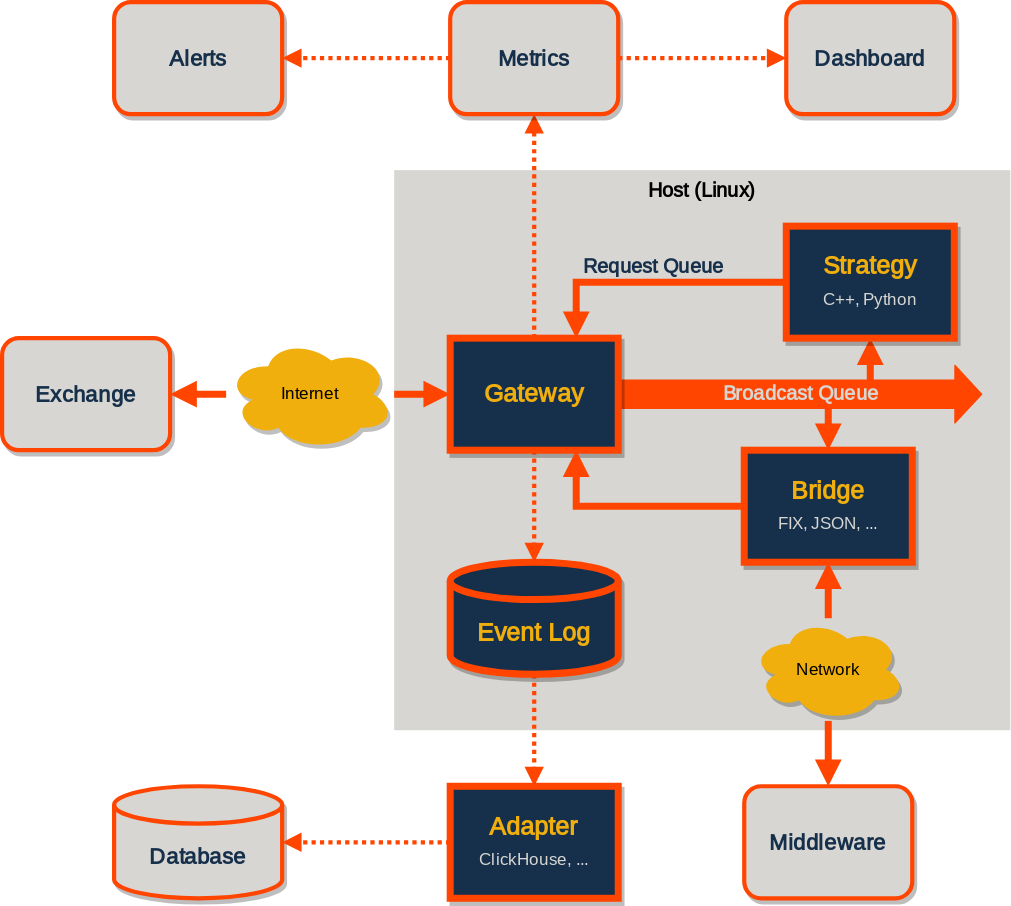
roq-trading/.github keeps this draw.io diagram as profile/architecture_reference.svg. Above is the earlier version. Source tidied: cells renumbered, new cells last; positions are measured from the earlier drawing's top-left corner, leaving out a move shared by most shapes.
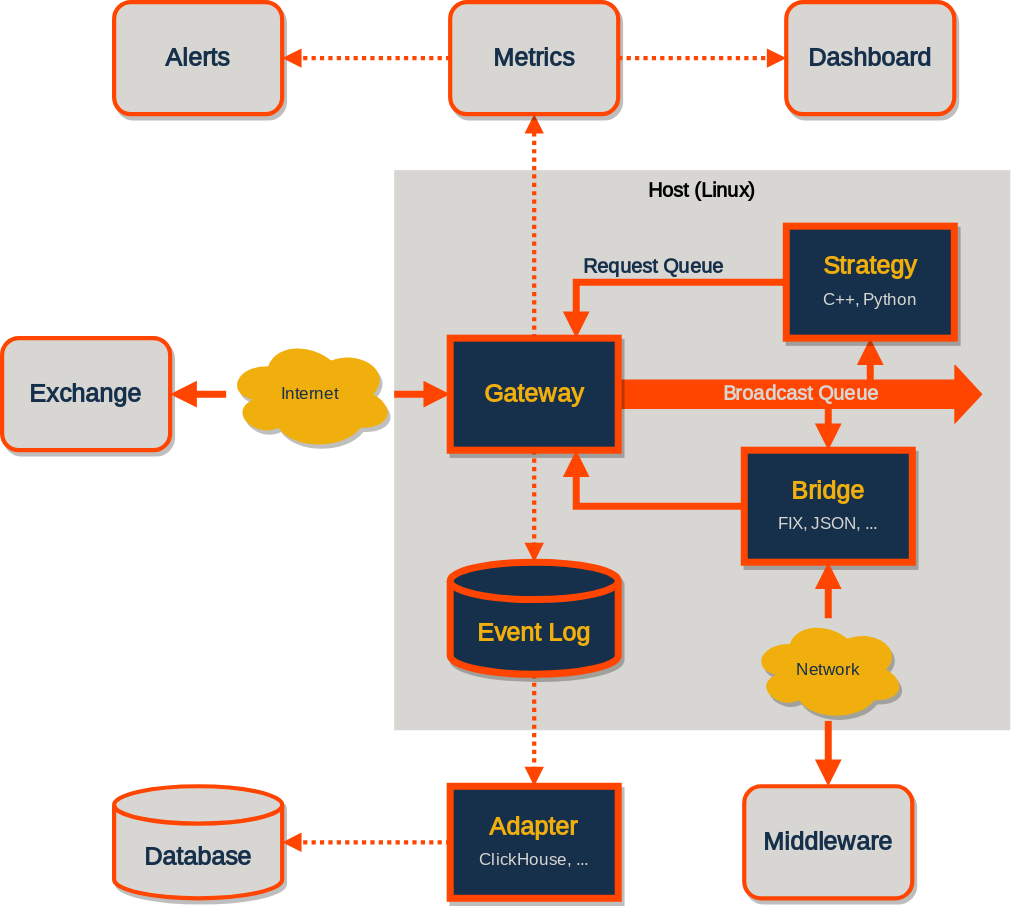
After the change.

Diff of the diagram source:
```diff
@@ -2,7 +2,7 @@
   <root>
     <mxCell id="0" />
     <mxCell id="1" parent="0" />
-    <mxCell id="2" value="Host (Linux)" style="rounded=0;whiteSpace=wrap;html=1;labelBackgroundColor=none;verticalAlign=top;fontStyle=1;fillColor=#d7d6d2;strokeColor=none;fontFamily=Quattrocento Sans;fontSource=https%3A%2F%2Ffonts.googleapis.com%2Fcss%3Ffamily%3DQuattrocento%2BSans;fontSize=14;" parent="1" vertex="1">
+    <mxCell id="2" value="Host (Linux)" style="rounded=0;whiteSpace=wrap;html=1;labelBackgroundColor=none;verticalAlign=top;fontStyle=1;fillColor=#D7D6D2;strokeColor=none;fontFamily=Quattrocento Sans;fontSource=https%3A%2F%2Ffonts.googleapis.com%2Fcss%3Ffamily%3DQuattrocento%2BSans;fontSize=14;" parent="1" vertex="1">
       <mxGeometry x="280" y="120" width="440" height="400" as="geometry" />
     </mxCell>
     <mxCell id="3" style="endArrow=block;html=1;strokeWidth=3;endFill=1;strokeColor=#FF4500;entryX=0.5;entryY=1;entryDx=0;entryDy=0;exitX=0.5;exitY=0;exitDx=0;exitDy=0;dashed=1;dashPattern=1 1;fontColor=#000000;fontFamily=Quattrocento Sans;fontSource=https%3A%2F%2Ffonts.googleapis.com%2Fcss%3Ffamily%3DQuattrocento%2BSans;fontSize=14;" parent="1" edge="1" source="9" target="17">
@@ -24,7 +24,7 @@
         <mxPoint x="590" y="290" as="sourcePoint" />
       </mxGeometry>
     </mxCell>
-    <mxCell id="8" value="&lt;font color=&quot;#d7d6d2&quot;&gt;Broadcast Queue&lt;/font&gt;" style="shape=flexArrow;endArrow=classic;html=1;width=20;labelBackgroundColor=none;fontColor=#FFFFFF;fillColor=#ff4500;strokeColor=#ff4500;exitX=1;exitY=0.5;exitDx=0;exitDy=0;fontFamily=Quattrocento Sans;fontSource=https%3A%2F%2Ffonts.googleapis.com%2Fcss%3Ffamily%3DQuattrocento%2BSans;fontSize=14;fontStyle=1;" parent="1" edge="1" source="9">
+    <mxCell id="8" value="&lt;font&gt;Broadcast Queue&lt;/font&gt;" style="shape=flexArrow;endArrow=classic;html=1;width=20;labelBackgroundColor=none;fontColor=#D7D6D2;fillColor=#ff4500;strokeColor=#ff4500;exitX=1;exitY=0.5;exitDx=0;exitDy=0;fontFamily=Quattrocento Sans;fontSource=https%3A%2F%2Ffonts.googleapis.com%2Fcss%3Ffamily%3DQuattrocento%2BSans;fontSize=14;fontStyle=1;" parent="1" edge="1" source="9">
       <mxGeometry relative="1" as="geometry">
         <mxPoint x="700" y="280" as="targetPoint" />
       </mxGeometry>
@@ -38,7 +38,7 @@
     <mxCell id="11" value="&lt;b&gt;&lt;font color=&quot;#f0af0d&quot;&gt;Bridge&lt;/font&gt;&lt;/b&gt;&lt;font style=&quot;font-size: 12px;&quot;&gt;&lt;br style=&quot;&quot;&gt;&lt;font color=&quot;#d7d6d2&quot;&gt;FIX, JSON, ...&lt;/font&gt;&lt;/font&gt;" style="rounded=0;whiteSpace=wrap;html=1;fontStyle=0;fontColor=#FFFFFF;fillColor=#16304b;strokeColor=#ff4500;strokeWidth=5;fontFamily=Quattrocento Sans;fontSource=https%3A%2F%2Ffonts.googleapis.com%2Fcss%3Ffamily%3DQuattrocento%2BSans;fontSize=18;shadow=1;" parent="1" vertex="1">
       <mxGeometry x="530" y="320" width="120" height="80" as="geometry" />
     </mxCell>
-    <mxCell id="12" value="Exchange" style="rounded=1;whiteSpace=wrap;html=1;labelBackgroundColor=none;fontStyle=1;fontColor=#16304B;fillColor=#D7D6D2;strokeColor=#ff4500;strokeWidth=3;fontFamily=Quattrocento Sans;fontSource=https%3A%2F%2Ffonts.googleapis.com%2Fcss%3Ffamily%3DQuattrocento%2BSans;fontSize=16;shadow=1;" parent="1" vertex="1">
+    <mxCell id="12" value="Exchange" style="rounded=1;whiteSpace=wrap;html=1;labelBackgroundColor=none;fontStyle=1;fontColor=#16304B;fillColor=#D7D6D2;strokeColor=#ff4500;strokeWidth=3;fontFamily=Quattrocento Sans;fontSource=https%3A%2F%2Ffonts.googleapis.com%2Fcss%3Ffamily%3DQuattrocento%2BSans;fontSize=18;shadow=1;" parent="1" vertex="1">
       <mxGeometry y="240" width="120" height="80" as="geometry" />
     </mxCell>
     <mxCell id="13" value="&lt;font color=&quot;#f0af0d&quot;&gt;&lt;br style=&quot;font-size: 18px;&quot;&gt;Event Log&lt;/font&gt;" style="strokeWidth=5;html=1;shape=mxgraph.flowchart.database;whiteSpace=wrap;strokeColor=#FF4500;fillColor=#16304B;fontColor=#FFFFFF;verticalAlign=middle;fontFamily=Quattrocento Sans;fontSource=https%3A%2F%2Ffonts.googleapis.com%2Fcss%3Ffamily%3DQuattrocento%2BSans;fontSize=18;fontStyle=1;shadow=1;" parent="1" vertex="1">
@@ -47,19 +47,19 @@
     <mxCell id="14" value="&lt;font color=&quot;#f0af0d&quot;&gt;&lt;b&gt;Adapter&lt;/b&gt;&lt;/font&gt;&lt;font style=&quot;font-size: 12px;&quot;&gt;&lt;br style=&quot;&quot;&gt;&lt;font color=&quot;#d7d6d2&quot;&gt;ClickHouse, ...&lt;/font&gt;&lt;/font&gt;" style="rounded=0;whiteSpace=wrap;html=1;labelBackgroundColor=none;fontStyle=0;fontColor=#FFFFFF;fillColor=#16304B;strokeColor=#FF4500;strokeWidth=5;fontFamily=Quattrocento Sans;fontSource=https%3A%2F%2Ffonts.googleapis.com%2Fcss%3Ffamily%3DQuattrocento%2BSans;fontSize=18;shadow=1;" parent="1" vertex="1">
       <mxGeometry x="320" y="560" width="120" height="80" as="geometry" />
     </mxCell>
-    <mxCell id="15" value="&lt;br style=&quot;font-size: 16px;&quot;&gt;Database" style="strokeWidth=3;html=1;shape=mxgraph.flowchart.database;whiteSpace=wrap;strokeColor=#FF4500;fillColor=#D7D6D2;fontColor=#16304B;verticalAlign=middle;fontFamily=Quattrocento Sans;fontSource=https%3A%2F%2Ffonts.googleapis.com%2Fcss%3Ffamily%3DQuattrocento%2BSans;fontSize=16;fontStyle=1;shadow=1;" parent="1" vertex="1">
+    <mxCell id="15" value="&lt;br style=&quot;font-size: 18px;&quot;&gt;Database" style="strokeWidth=3;html=1;shape=mxgraph.flowchart.database;whiteSpace=wrap;strokeColor=#FF4500;fillColor=#D7D6D2;fontColor=#16304B;verticalAlign=middle;fontFamily=Quattrocento Sans;fontSource=https%3A%2F%2Ffonts.googleapis.com%2Fcss%3Ffamily%3DQuattrocento%2BSans;fontSize=18;fontStyle=1;shadow=1;" parent="1" vertex="1">
       <mxGeometry x="80" y="560" width="120" height="80" as="geometry" />
     </mxCell>
     <mxCell id="16" style="endArrow=block;startArrow=none;html=1;entryX=0;entryY=0.5;entryDx=0;entryDy=0;endFill=1;strokeWidth=5;startFill=1;strokeColor=#ff4500;fontFamily=Quattrocento Sans;fontSource=https%3A%2F%2Ffonts.googleapis.com%2Fcss%3Ffamily%3DQuattrocento%2BSans;fontSize=14;" parent="1" edge="1" source="29" target="9">
       <mxGeometry relative="1" as="geometry" />
     </mxCell>
-    <mxCell id="17" value="Metrics" style="rounded=1;whiteSpace=wrap;html=1;labelBackgroundColor=none;fontStyle=1;fontColor=#16304B;fillColor=#D7D6D2;strokeColor=#FF4500;strokeWidth=3;fontFamily=Quattrocento Sans;fontSource=https%3A%2F%2Ffonts.googleapis.com%2Fcss%3Ffamily%3DQuattrocento%2BSans;fontSize=16;shadow=1;" parent="1" vertex="1">
+    <mxCell id="17" value="Metrics" style="rounded=1;whiteSpace=wrap;html=1;labelBackgroundColor=none;fontStyle=1;fontColor=#16304B;fillColor=#D7D6D2;strokeColor=#FF4500;strokeWidth=3;fontFamily=Quattrocento Sans;fontSource=https%3A%2F%2Ffonts.googleapis.com%2Fcss%3Ffamily%3DQuattrocento%2BSans;fontSize=18;shadow=1;" parent="1" vertex="1">
       <mxGeometry x="320" width="120" height="80" as="geometry" />
     </mxCell>
-    <mxCell id="18" value="Dashboard" style="rounded=1;whiteSpace=wrap;html=1;labelBackgroundColor=none;fontStyle=1;fontColor=#16304B;fillColor=#D7D6D2;strokeColor=#FF4500;strokeWidth=3;fontFamily=Quattrocento Sans;fontSource=https%3A%2F%2Ffonts.googleapis.com%2Fcss%3Ffamily%3DQuattrocento%2BSans;fontSize=16;shadow=1;" parent="1" vertex="1">
+    <mxCell id="18" value="Dashboard" style="rounded=1;whiteSpace=wrap;html=1;labelBackgroundColor=none;fontStyle=1;fontColor=#16304B;fillColor=#D7D6D2;strokeColor=#FF4500;strokeWidth=3;fontFamily=Quattrocento Sans;fontSource=https%3A%2F%2Ffonts.googleapis.com%2Fcss%3Ffamily%3DQuattrocento%2BSans;fontSize=18;shadow=1;" parent="1" vertex="1">
       <mxGeometry x="560" width="120" height="80" as="geometry" />
     </mxCell>
-    <mxCell id="19" value="Alerts" style="rounded=1;whiteSpace=wrap;html=1;labelBackgroundColor=none;fontStyle=1;fontColor=#16304B;fillColor=#D7D6D2;strokeColor=#FF4500;strokeWidth=3;fontFamily=Quattrocento Sans;fontSource=https%3A%2F%2Ffonts.googleapis.com%2Fcss%3Ffamily%3DQuattrocento%2BSans;fontSize=16;shadow=1;" parent="1" vertex="1">
+    <mxCell id="19" value="Alerts" style="rounded=1;whiteSpace=wrap;html=1;labelBackgroundColor=none;fontStyle=1;fontColor=#16304B;fillColor=#D7D6D2;strokeColor=#FF4500;strokeWidth=3;fontFamily=Quattrocento Sans;fontSource=https%3A%2F%2Ffonts.googleapis.com%2Fcss%3Ffamily%3DQuattrocento%2BSans;fontSize=18;shadow=1;" parent="1" vertex="1">
       <mxGeometry x="80" width="120" height="80" as="geometry" />
     </mxCell>
     <mxCell id="20" style="endArrow=block;html=1;strokeWidth=3;endFill=1;strokeColor=#FF4500;exitX=0;exitY=0.5;exitDx=0;exitDy=0;entryX=1;entryY=0.5;entryDx=0;entryDy=0;dashed=1;dashPattern=1 1;fontColor=#000000;fontFamily=Quattrocento Sans;fontSource=https%3A%2F%2Ffonts.googleapis.com%2Fcss%3Ffamily%3DQuattrocento%2BSans;fontSize=14;" parent="1" edge="1" source="17" target="19">
@@ -77,19 +77,19 @@
     <mxCell id="24" value="Request Queue" style="edgeStyle=orthogonalEdgeStyle;rounded=0;jettySize=auto;html=1;exitX=0;exitY=0.5;exitDx=0;exitDy=0;entryX=0.75;entryY=0;entryDx=0;entryDy=0;strokeWidth=5;endArrow=block;endFill=1;strokeColor=#ff4500;labelBackgroundColor=none;labelPosition=center;verticalLabelPosition=top;align=center;verticalAlign=bottom;fontFamily=Quattrocento Sans;fontSource=https%3A%2F%2Ffonts.googleapis.com%2Fcss%3Ffamily%3DQuattrocento%2BSans;fontSize=14;fontColor=#16304B;fontStyle=1;" parent="1" edge="1" source="10" target="9">
       <mxGeometry relative="1" as="geometry" />
     </mxCell>
-    <mxCell id="25" value="Middleware" style="rounded=1;whiteSpace=wrap;html=1;labelBackgroundColor=none;fontStyle=1;fontColor=#16304B;fillColor=#D7D6D2;strokeColor=#FF4500;strokeWidth=3;fontFamily=Quattrocento Sans;fontSource=https%3A%2F%2Ffonts.googleapis.com%2Fcss%3Ffamily%3DQuattrocento%2BSans;fontSize=16;shadow=1;" parent="1" vertex="1">
+    <mxCell id="25" value="Middleware" style="rounded=1;whiteSpace=wrap;html=1;labelBackgroundColor=none;fontStyle=1;fontColor=#16304B;fillColor=#D7D6D2;strokeColor=#FF4500;strokeWidth=3;fontFamily=Quattrocento Sans;fontSource=https%3A%2F%2Ffonts.googleapis.com%2Fcss%3Ffamily%3DQuattrocento%2BSans;fontSize=18;shadow=1;" parent="1" vertex="1">
       <mxGeometry x="530" y="560" width="120" height="80" as="geometry" />
     </mxCell>
     <mxCell id="26" style="endArrow=block;html=1;strokeWidth=5;endFill=1;strokeColor=#FF4500;entryX=0.5;entryY=0;entryDx=0;entryDy=0;startArrow=none;startFill=1;labelPosition=right;verticalLabelPosition=middle;align=left;verticalAlign=middle;labelBackgroundColor=none;exitX=0.5;exitY=1;exitDx=0;exitDy=0;fontFamily=Quattrocento Sans;fontSource=https%3A%2F%2Ffonts.googleapis.com%2Fcss%3Ffamily%3DQuattrocento%2BSans;fontSize=14;" parent="1" edge="1" source="27" target="25">
       <mxGeometry relative="1" as="geometry" />
     </mxCell>
-    <mxCell id="27" value="Network" style="ellipse;shape=cloud;whiteSpace=wrap;html=1;fillColor=#f0af0d;strokeColor=none;fontFamily=Quattrocento Sans;fontSource=https%3A%2F%2Ffonts.googleapis.com%2Fcss%3Ffamily%3DQuattrocento%2BSans;fontSize=12;shadow=1;" parent="1" vertex="1">
+    <mxCell id="27" value="Network" style="ellipse;shape=cloud;whiteSpace=wrap;html=1;fillColor=#f0af0d;strokeColor=none;fontFamily=Quattrocento Sans;fontSource=https%3A%2F%2Ffonts.googleapis.com%2Fcss%3Ffamily%3DQuattrocento%2BSans;fontSize=12;shadow=1;fontColor=#16304B;" parent="1" vertex="1">
       <mxGeometry x="535" y="440" width="110" height="73.3" as="geometry" />
     </mxCell>
     <mxCell id="28" style="endArrow=none;html=1;strokeWidth=5;endFill=1;strokeColor=#FF4500;entryX=0.5;entryY=0;entryDx=0;entryDy=0;startArrow=block;startFill=1;labelPosition=right;verticalLabelPosition=middle;align=left;verticalAlign=middle;labelBackgroundColor=none;exitX=0.5;exitY=1;exitDx=0;exitDy=0;fontFamily=Quattrocento Sans;fontSource=https%3A%2F%2Ffonts.googleapis.com%2Fcss%3Ffamily%3DQuattrocento%2BSans;fontSize=14;" parent="1" edge="1" source="11" target="27">
       <mxGeometry relative="1" as="geometry" />
     </mxCell>
-    <mxCell id="29" value="Internet" style="ellipse;shape=cloud;whiteSpace=wrap;html=1;fillColor=#f0af0d;strokeColor=none;fontFamily=Quattrocento Sans;fontSource=https%3A%2F%2Ffonts.googleapis.com%2Fcss%3Ffamily%3DQuattrocento%2BSans;fontSize=12;shadow=1;" parent="1" vertex="1">
+    <mxCell id="29" value="Internet" style="ellipse;shape=cloud;whiteSpace=wrap;html=1;fillColor=#f0af0d;strokeColor=none;fontFamily=Quattrocento Sans;fontSource=https%3A%2F%2Ffonts.googleapis.com%2Fcss%3Ffamily%3DQuattrocento%2BSans;fontSize=12;shadow=1;fontColor=#16304B;fontStyle=0;" parent="1" vertex="1">
       <mxGeometry x="160" y="240" width="120" height="80" as="geometry" />
     </mxCell>
     <mxCell id="30" style="endArrow=none;startArrow=block;html=1;entryX=0;entryY=0.5;entryDx=0;entryDy=0;endFill=1;strokeWidth=5;startFill=1;strokeColor=#ff4500;fontFamily=Quattrocento Sans;fontSource=https%3A%2F%2Ffonts.googleapis.com%2Fcss%3Ffamily%3DQuattrocento%2BSans;fontSize=14;" parent="1" edge="1" source="12" target="29">
```
